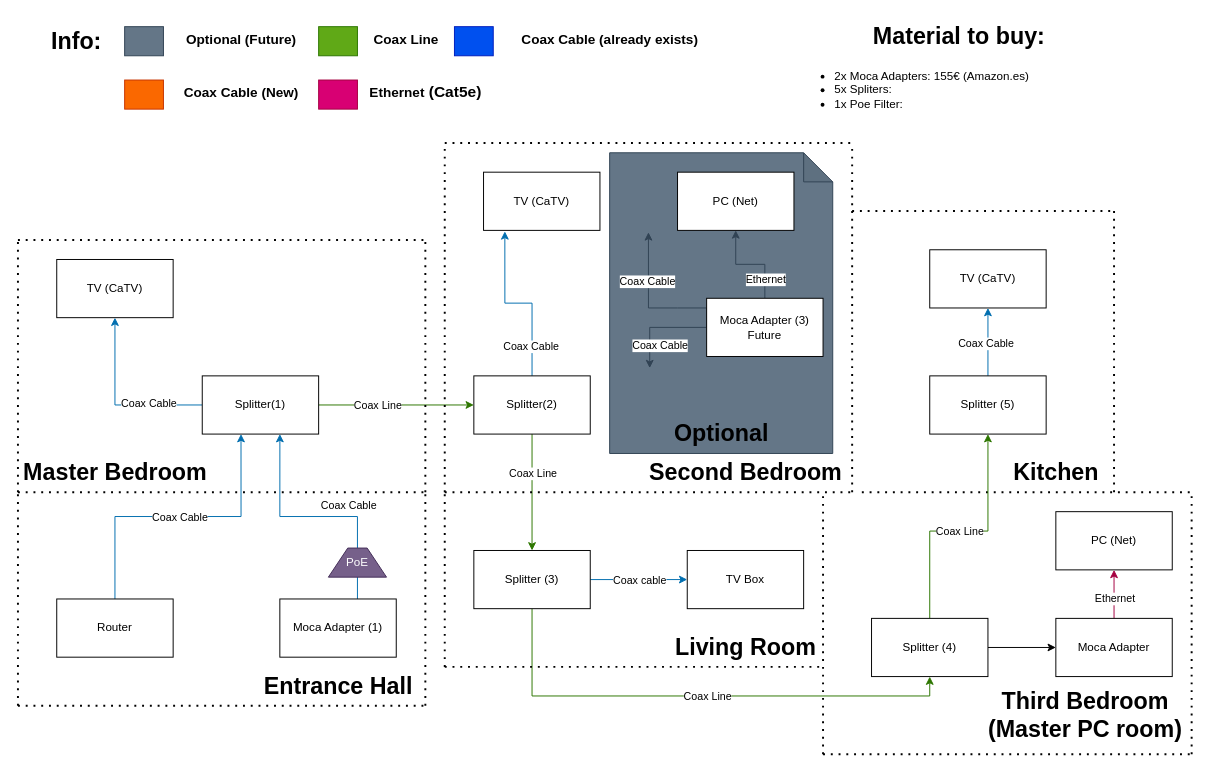
Above: Coax Ethernet Network.drawio in VoidTallica/HouseProjects (draw.io), before the change. Source tidied: cells renumbered, new cells numbered last; positions are measured from the earlier drawing's top-left corner, leaving out a move shared by most shapes. Both pictures are drawn from the tidied source at 97%, with x=0, y=0 at pixel (17, 16).
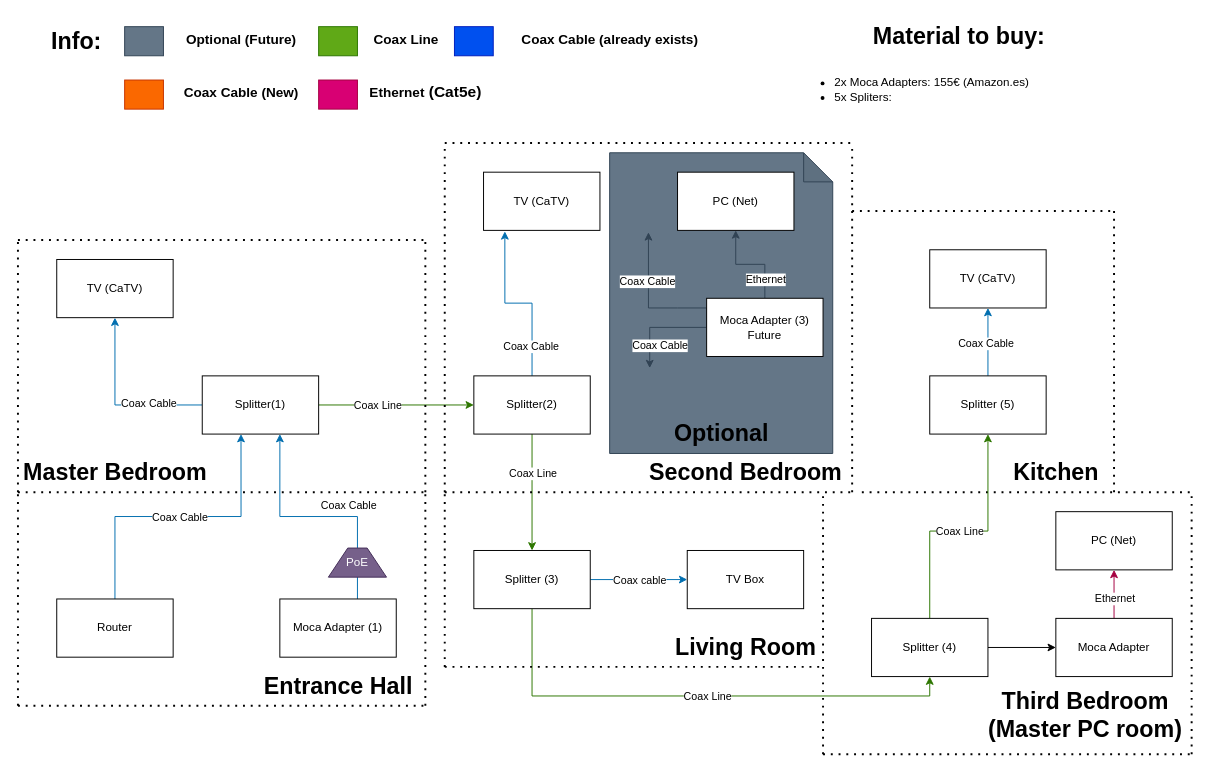
The same page after the edit.

What changed in the source:
```diff
@@
-    <mxCell id="82" value="&lt;ul&gt;&lt;li&gt;2x Moca Adapters: 155€ (Amazon.es)&lt;br&gt;&lt;/li&gt;&lt;li&gt;5x Spliters: &lt;br&gt;&lt;/li&gt;&lt;li&gt;1x Poe Filter:&lt;br&gt;&lt;/li&gt;&lt;/ul&gt;" style="text;strokeColor=none;fillColor=none;html=1;whiteSpace=wrap;verticalAlign=middle;overflow=hidden;" parent="1" vertex="1">
+    <mxCell id="82" value="&lt;ul&gt;&lt;li&gt;2x Moca Adapters: 155€ (Amazon.es)&lt;br&gt;&lt;/li&gt;&lt;li&gt;5x Spliters: &lt;br&gt;&lt;/li&gt;&lt;/ul&gt;" style="text;strokeColor=none;fillColor=none;html=1;whiteSpace=wrap;verticalAlign=middle;overflow=hidden;" parent="1" vertex="1">
       <mxGeometry x="800" y="35" width="410" height="80" as="geometry" />
     </mxCell>
```
